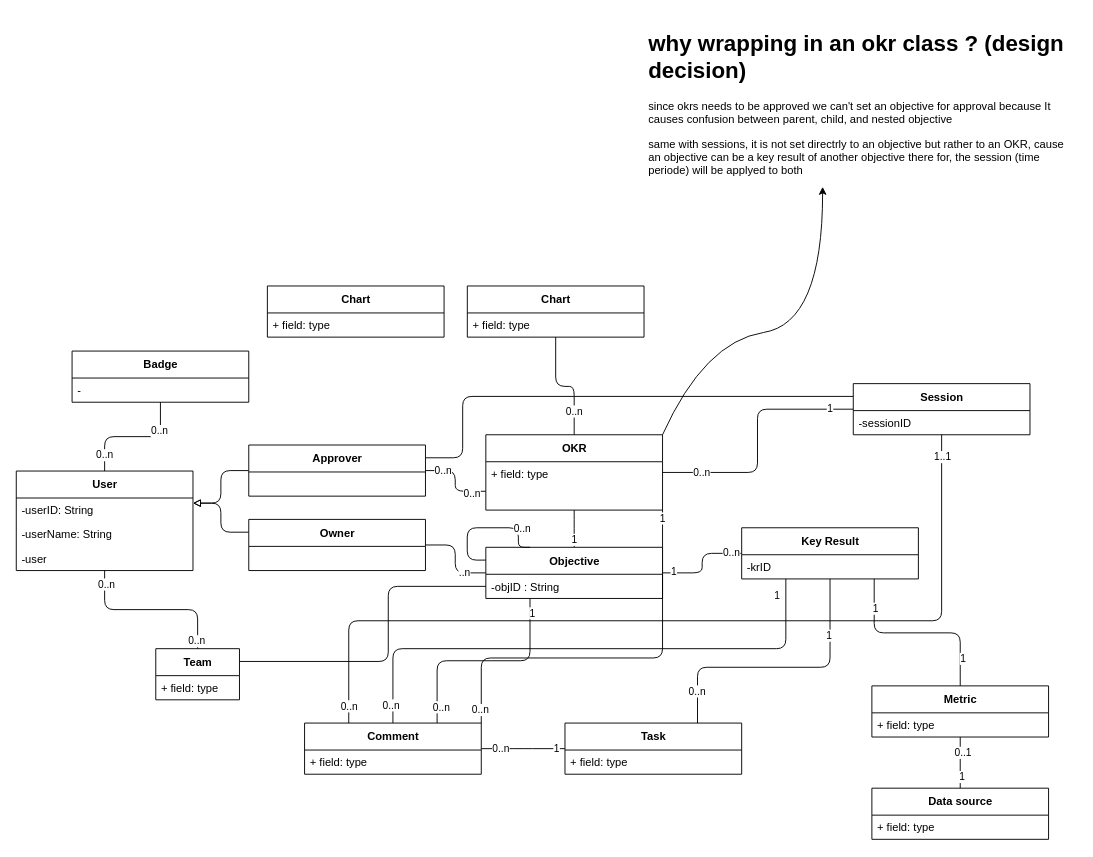
Earlier version of the draw.io diagram diagrams/Class diagram.drawio (KhFendri/OKR_UML). Source tidied: cells renumbered, new cells numbered last; positions are measured from the earlier drawing's top-left corner, leaving out a move shared by most shapes. Both pictures are drawn from the tidied source at 93%, with x=0, y=0 at pixel (16, 25).
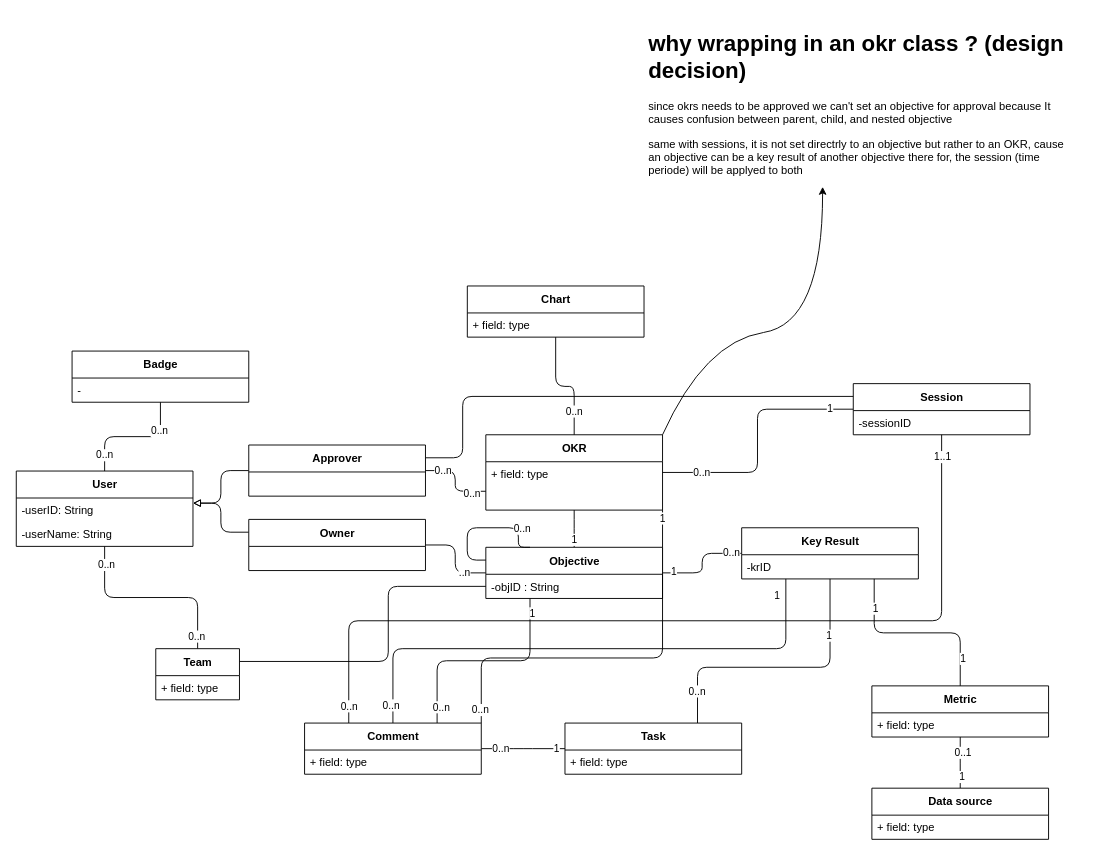
The same page after the edit.

Diff of the diagram source:
```diff
@@
     <mxCell id="23" value="User" style="swimlane;fontStyle=1;align=center;verticalAlign=middle;horizontal=1;startSize=29;html=1;sketch=0;shadow=0;" parent="1" vertex="1">
-      <mxGeometry y="479" width="190" height="107" as="geometry" />
+      <mxGeometry y="479" width="190" height="81" as="geometry" />
     </mxCell>
@@
-    <mxCell id="26" value="-user" style="text;strokeColor=none;fillColor=none;align=left;verticalAlign=top;spacingLeft=4;spacingRight=4;overflow=hidden;shadow=0;sketch=0;fontFamily=Helvetica;fontSize=12;fontColor=default;startSize=29;html=1;" parent="23" vertex="1">
-      <mxGeometry y="81" width="190" height="26" as="geometry" />
-    </mxCell>
@@
-    <mxCell id="85" value="Chart" style="swimlane;fontStyle=1;align=center;verticalAlign=middle;horizontal=1;startSize=29;html=1;sketch=0;shadow=0;" parent="1" vertex="1">
-      <mxGeometry x="270" y="280" width="190" height="55" as="geometry" />
-    </mxCell>
-    <mxCell id="86" value="+ field: type" style="text;strokeColor=none;fillColor=none;align=left;verticalAlign=top;spacingLeft=4;spacingRight=4;overflow=hidden;shadow=0;sketch=0;fontFamily=Helvetica;fontSize=12;fontColor=default;startSize=29;html=1;" parent="85" vertex="1">
-      <mxGeometry y="29" width="190" height="26" as="geometry" />
-    </mxCell>
```
